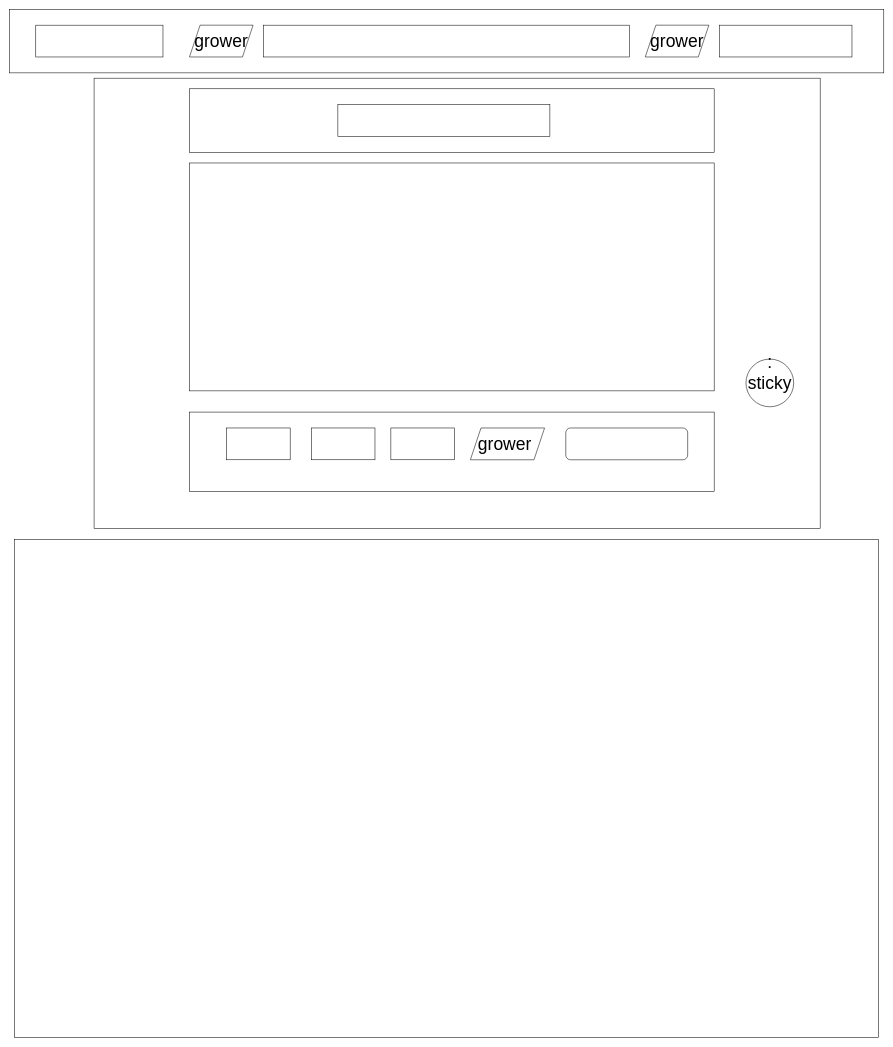
The draw.io diagram flowchart.drawio in SKLC1/Tesla-Website-Mockup, before the edit. Source tidied: cells renumbered, new cells numbered last; positions are measured from the earlier drawing's top-left corner, leaving out a move shared by most shapes. Both pictures are drawn from the tidied source at 53%, with x=0, y=0 at pixel (9, 9).
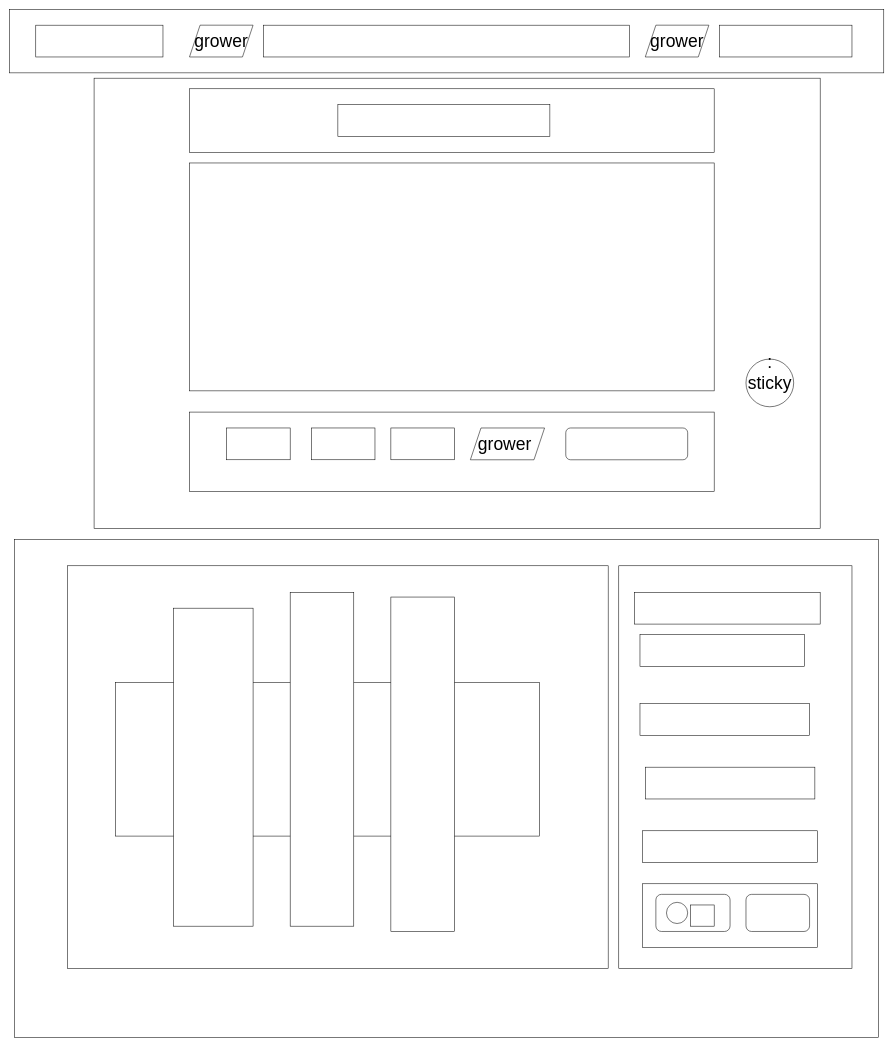
After the change.

What changed in the source:
```diff
@@
+    <mxCell id="24" style="rounded=0;whiteSpace=wrap;html=1;fontSize=33;strokeColor=#000000;" parent="1" vertex="1">
+      <mxGeometry x="110" y="1050" width="1020" height="760" as="geometry" />
+    </mxCell>
+    <mxCell id="25" style="rounded=0;whiteSpace=wrap;html=1;fontSize=33;strokeColor=#000000;" parent="1" vertex="1">
+      <mxGeometry x="1150" y="1050" width="440" height="760" as="geometry" />
+    </mxCell>
+    <mxCell id="26" style="rounded=0;whiteSpace=wrap;html=1;fontSize=33;strokeColor=#000000;" parent="1" vertex="1">
+      <mxGeometry x="1180" y="1100" width="350" height="60" as="geometry" />
+    </mxCell>
+    <mxCell id="27" style="rounded=0;whiteSpace=wrap;html=1;fontSize=33;strokeColor=#000000;" parent="1" vertex="1">
+      <mxGeometry x="1195" y="1550" width="330" height="60" as="geometry" />
+    </mxCell>
+    <mxCell id="28" style="rounded=0;whiteSpace=wrap;html=1;fontSize=33;strokeColor=#000000;" parent="1" vertex="1">
+      <mxGeometry x="1200" y="1430" width="320" height="60" as="geometry" />
+    </mxCell>
+    <mxCell id="29" style="rounded=0;whiteSpace=wrap;html=1;fontSize=33;strokeColor=#000000;" parent="1" vertex="1">
+      <mxGeometry x="1190" y="1310" width="320" height="60" as="geometry" />
+    </mxCell>
+    <mxCell id="30" style="rounded=0;whiteSpace=wrap;html=1;fontSize=33;strokeColor=#000000;" parent="1" vertex="1">
+      <mxGeometry x="1190" y="1180" width="310" height="60" as="geometry" />
+    </mxCell>
+    <mxCell id="31" style="rounded=0;whiteSpace=wrap;html=1;fontSize=33;strokeColor=#000000;" parent="1" vertex="1">
+      <mxGeometry x="1195" y="1650" width="330" height="120" as="geometry" />
+    </mxCell>
+    <mxCell id="32" style="rounded=1;whiteSpace=wrap;html=1;fontSize=33;strokeColor=#000000;" parent="1" vertex="1">
+      <mxGeometry x="1390" y="1670" width="120" height="70" as="geometry" />
+    </mxCell>
+    <mxCell id="33" style="rounded=1;whiteSpace=wrap;html=1;fontSize=33;strokeColor=#000000;" parent="1" vertex="1">
+      <mxGeometry x="1220" y="1670" width="140" height="70" as="geometry" />
+    </mxCell>
+    <mxCell id="34" style="ellipse;whiteSpace=wrap;html=1;fontSize=33;strokeColor=#000000;" parent="1" vertex="1">
+      <mxGeometry x="1240" y="1685" width="40" height="40" as="geometry" />
+    </mxCell>
+    <mxCell id="35" style="rounded=0;whiteSpace=wrap;html=1;fontSize=33;strokeColor=#000000;" parent="1" vertex="1">
+      <mxGeometry x="1285" y="1690" width="45" height="40" as="geometry" />
+    </mxCell>
+    <mxCell id="36" style="rounded=0;whiteSpace=wrap;html=1;fontSize=33;strokeColor=#000000;" parent="1" vertex="1">
+      <mxGeometry x="200" y="1270" width="800" height="290" as="geometry" />
+    </mxCell>
+    <mxCell id="37" style="rounded=0;whiteSpace=wrap;html=1;fontSize=33;strokeColor=#000000;" parent="1" vertex="1">
+      <mxGeometry x="720" y="1109" width="120" height="631" as="geometry" />
+    </mxCell>
+    <mxCell id="38" style="rounded=0;whiteSpace=wrap;html=1;fontSize=33;strokeColor=#000000;" parent="1" vertex="1">
+      <mxGeometry x="530" y="1100" width="120" height="630" as="geometry" />
+    </mxCell>
+    <mxCell id="39" style="rounded=0;whiteSpace=wrap;html=1;fontSize=33;strokeColor=#000000;" parent="1" vertex="1">
+      <mxGeometry x="310" y="1130" width="150" height="600" as="geometry" />
+    </mxCell>
```
